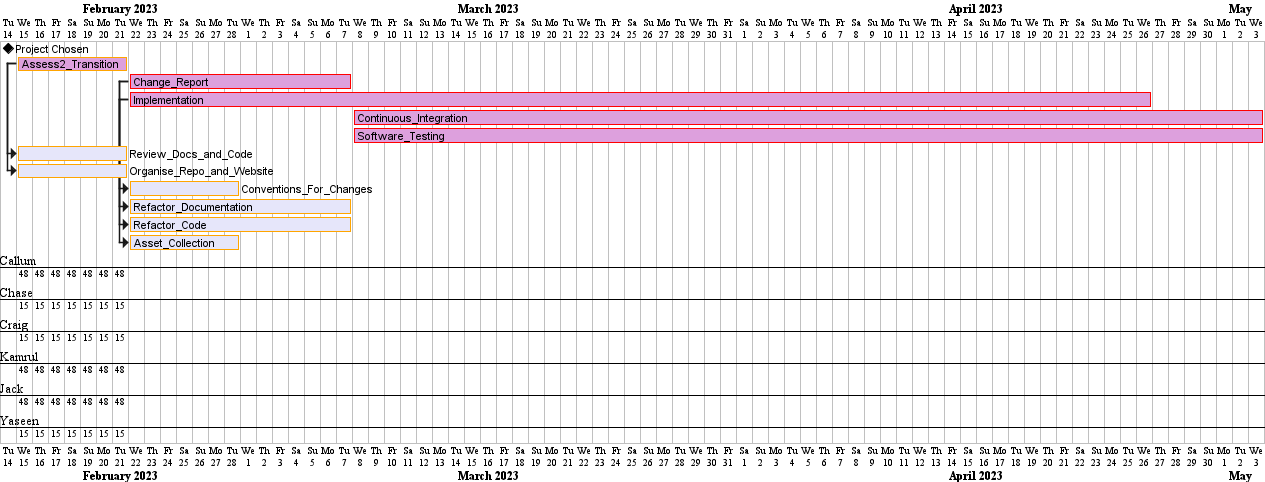
The PlantUML diagram out/A2/A2 Gantts/Gantt 2W6/Gantt 2W6-1.png in Runtime-Terrors-Team-5/-A2-UML, before a commit.
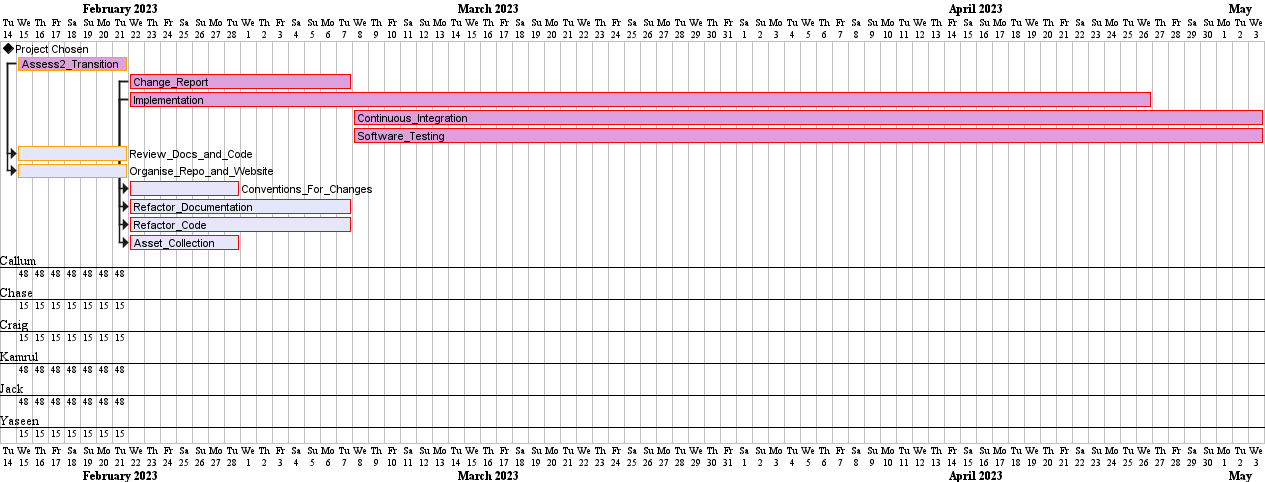
After the commit.

Commit message:
Gantt Term 2 Week 7

Note: Just need to add team allocation to tasks

Diff of the diagram source:
```diff
@@ -19,11 +19,11 @@
 [Review_Docs_and_Code] on {Callum:15%}{Chase:15%}{Craig:15%}{Kamrul:15%}{Jack:15%}{Yaseen:15%} lasts 6 days and is colored in Lavender/Orange and starts after [Assess2_Transition]'s start
 [Organise_Repo_and_Website] on {Jack:33%}{Callum:33%}{Kamrul:33%} lasts 6 days and is colored in Lavender/Orange and starts after [Assess2_Transition]'s start
 
-[Conventions_For_Changes] lasts 7 days and is colored in Lavender/Orange and starts after [Change_Report]'s start
-[Refactor_Documentation] lasts 14 days and is colored in Lavender/Orange and starts after [Change_Report]'s start
+[Conventions_For_Changes] lasts 7 days and is colored in Lavender/Red and starts after [Change_Report]'s start
+[Refactor_Documentation] lasts 14 days and is colored in Lavender/Red and starts after [Change_Report]'s start
 
-[Refactor_Code] lasts 14 days and is colored in Lavender/Orange and starts after [Implementation]'s start
-[Asset_Collection] lasts 7 days and is colored in Lavender/Orange and starts after [Implementation]'s start
+[Refactor_Code] lasts 14 days and is colored in Lavender/Red and starts after [Implementation]'s start
+[Asset_Collection] lasts 7 days and is colored in Lavender/Red and starts after [Implementation]'s start
 
 
 
```
